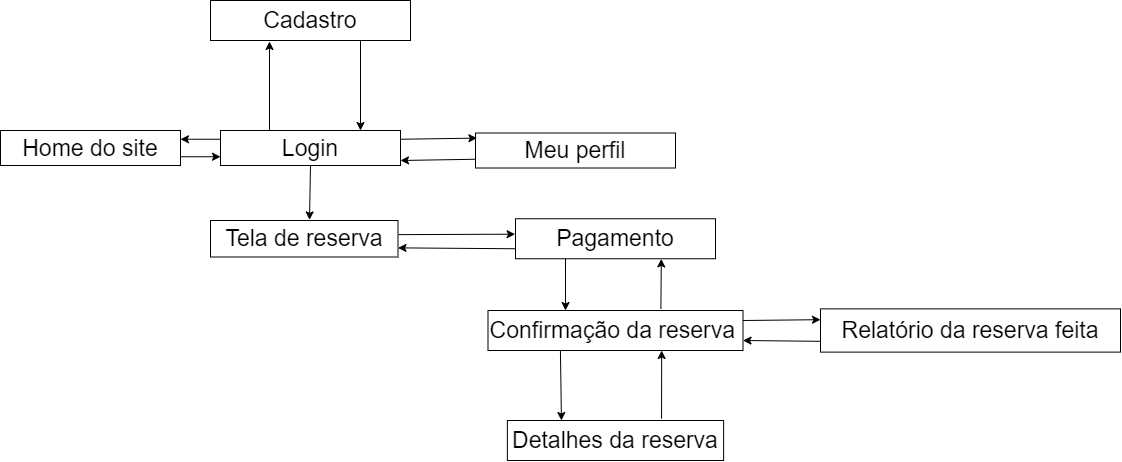
Above: Modelo Navegacional.png in pedrocmr/Projeto_Host4U (draw.io), before the change. Source tidied: cells renumbered, new cells last; positions are measured from the earlier drawing's top-left corner, leaving out a move shared by most shapes.
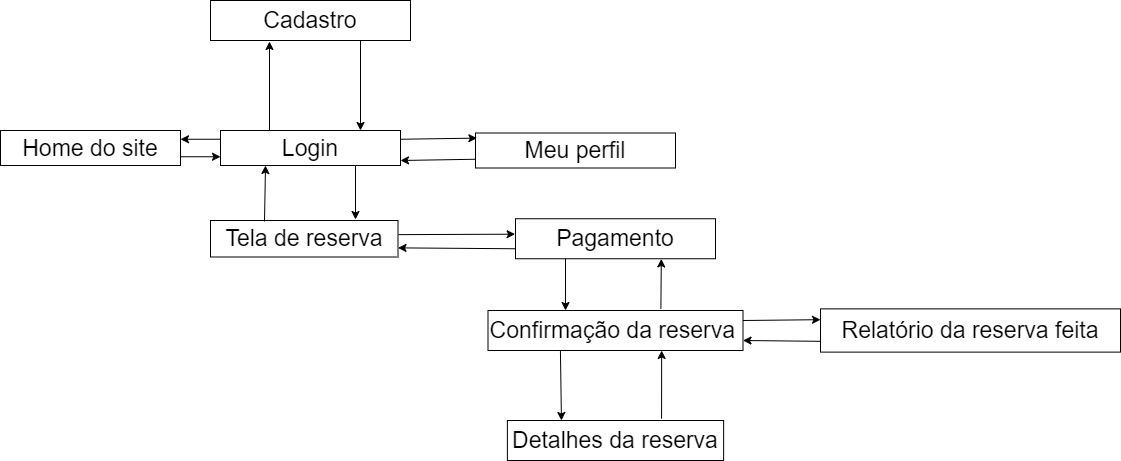
After the commit.

What changed in the source:
```diff
@@ -78,8 +78,13 @@
     <mxCell id="24" style="endArrow=classic;html=1;exitX=0.678;exitY=-0.046;exitDx=0;exitDy=0;exitPerimeter=0;entryX=0.729;entryY=1.004;entryDx=0;entryDy=0;entryPerimeter=0;" parent="1" edge="1" source="18" target="7">
       <mxGeometry relative="1" as="geometry" />
     </mxCell>
-    <mxCell id="25" style="endArrow=classic;html=1;exitX=0.5;exitY=1;exitDx=0;exitDy=0;entryX=0.528;entryY=-0.017;entryDx=0;entryDy=0;entryPerimeter=0;" parent="1" edge="1" source="5" target="6">
-      <mxGeometry relative="1" as="geometry" />
+    <mxCell id="25" style="endArrow=classic;html=1;exitX=0.75;exitY=1;exitDx=0;exitDy=0;" parent="1" edge="1" source="5">
+      <mxGeometry relative="1" as="geometry">
+        <mxPoint x="355" y="219" as="targetPoint" />
+      </mxGeometry>
     </mxCell>
+    <mxCell id="26" style="endArrow=classic;html=1;exitX=0.288;exitY=0.027;exitDx=0;exitDy=0;exitPerimeter=0;entryX=0.25;entryY=1;entryDx=0;entryDy=0;" parent="1" edge="1" source="6" target="5">
+      <mxGeometry relative="1" as="geometry" />
+    </mxCell>
   </root>
 </mxGraphModel>
```
